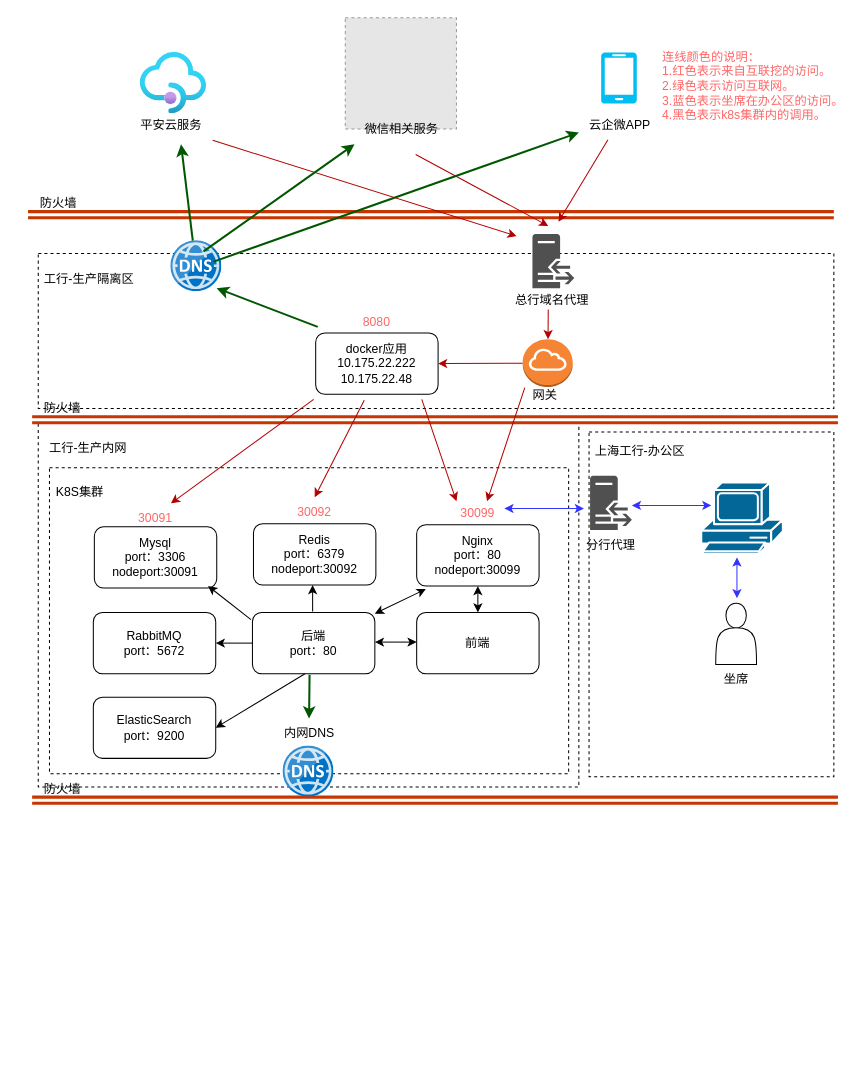
This is module8/工行-3.1.drawio from csmiao168/go_study, a draw.io file, before an edit. Source tidied: cells renumbered, new cells numbered last; positions are measured from the earlier drawing's top-left corner, leaving out a move shared by most shapes. Both pictures are drawn from the tidied source at 102%, with x=0, y=0 at pixel (17, 17). Pictures stored in the file or linked from it are replaced by grey dashed boxes.
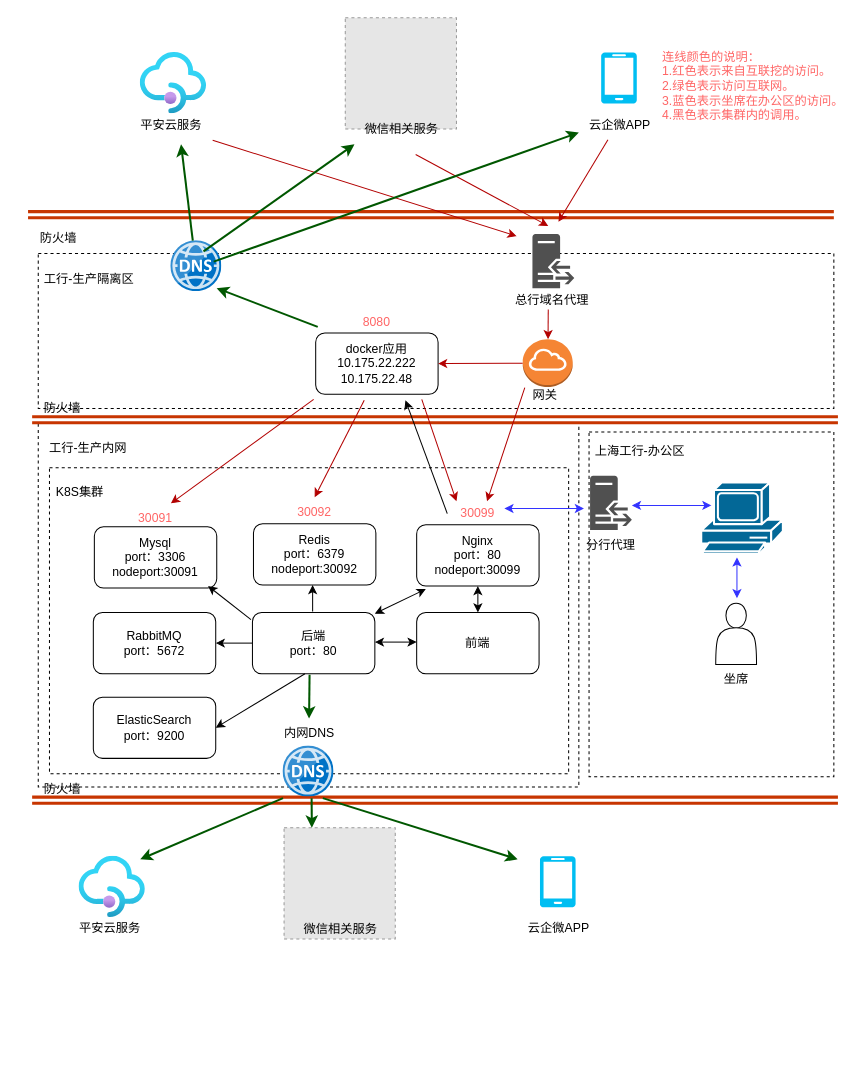
The same diagram, later.

The change refers to these unchanged cells:
```xml
<mxCell id="47" value="30099" style="text;html=1;align=center;verticalAlign=middle;whiteSpace=wrap;rounded=0;fontColor=#FF6666;" parent="46" vertex="1">
  <mxGeometry x="30" width="60" height="30" as="geometry" />
</mxCell>
```

Diff of the diagram source:
```diff
@@
     <mxCell id="35" style="group;" parent="1" vertex="1">
-      <mxGeometry y="167" width="800" height="87" as="geometry" />
+      <mxGeometry y="201" width="800" height="87" as="geometry" />
     </mxCell>
     <mxCell id="36" style="shape=link;html=1;rounded=0;labelBackgroundColor=#FFB366;fontColor=#FFB366;labelBorderColor=#FFB366;strokeColor=#C73500;fillColor=#fa6800;strokeWidth=3;" parent="35" edge="1">
       <mxGeometry relative="1" as="geometry">
-        <mxPoint x="10" y="26" as="sourcePoint" />
-        <mxPoint x="800" y="26" as="targetPoint" />
+        <mxPoint x="10" y="-8" as="sourcePoint" />
+        <mxPoint x="800" y="-8" as="targetPoint" />
       </mxGeometry>
     </mxCell>
@@
-    <mxCell id="72" value="连线颜色的说明：&lt;div&gt;1.红色表示来自互联挖的访问。&lt;/div&gt;&lt;div style=&quot;&quot;&gt;2.绿色表示访问互联网。&lt;/div&gt;&lt;div style=&quot;&quot;&gt;3.蓝色表示坐席在办公区的访问。&lt;/div&gt;&lt;div style=&quot;&quot;&gt;4.黑色表示k8s集群内的调用。&lt;/div&gt;" style="text;html=1;align=left;verticalAlign=middle;whiteSpace=wrap;rounded=0;fontColor=#FF6666;" parent="1" vertex="1">
+    <mxCell id="72" value="连线颜色的说明：&lt;div&gt;1.红色表示来自互联挖的访问。&lt;/div&gt;&lt;div style=&quot;&quot;&gt;2.绿色表示访问互联网。&lt;/div&gt;&lt;div style=&quot;&quot;&gt;3.蓝色表示坐席在办公区的访问。&lt;/div&gt;&lt;div style=&quot;&quot;&gt;4.黑色表示集群内的调用。&lt;/div&gt;" style="text;html=1;align=left;verticalAlign=middle;whiteSpace=wrap;rounded=0;fontColor=#FF6666;" parent="1" vertex="1">
       <mxGeometry x="630" y="30" width="181" height="74" as="geometry" />
     </mxCell>
@@
     <mxCell id="79" style="group;" parent="1" vertex="1">
-      <mxGeometry x="4" y="771" width="800" height="87" as="geometry" />
+      <mxGeometry x="4" y="932" width="800" height="87" as="geometry" />
     </mxCell>
     <mxCell id="80" style="shape=link;html=1;rounded=0;labelBackgroundColor=#FFB366;fontColor=#FFB366;labelBorderColor=#FFB366;strokeColor=#C73500;fillColor=#fa6800;strokeWidth=3;" parent="79" edge="1">
       <mxGeometry relative="1" as="geometry">
-        <mxPoint x="10" y="-4" as="sourcePoint" />
-        <mxPoint x="800" y="-4" as="targetPoint" />
+        <mxPoint x="10" y="-165" as="sourcePoint" />
+        <mxPoint x="800" y="-165" as="targetPoint" />
       </mxGeometry>
     </mxCell>
     <mxCell id="81" value="防火墙" style="text;html=1;align=center;verticalAlign=middle;whiteSpace=wrap;rounded=0;" parent="79" vertex="1">
-      <mxGeometry y="-30" width="80" height="30" as="geometry" />
+      <mxGeometry y="-191" width="80" height="30" as="geometry" />
     </mxCell>
@@
+    <mxCell id="86" style="group;" parent="1" vertex="1">
+      <mxGeometry x="50" y="823" width="81" height="85" as="geometry" />
+    </mxCell>
+    <mxCell id="87" style="image;html=1;align=center;fontSize=12;image=img/lib/azure2/app_services/API_Management_Services.svg;" parent="86" vertex="1">
+      <mxGeometry x="10" y="-1" width="65" height="60" as="geometry" />
+    </mxCell>
+    <mxCell id="88" value="平安云服务" style="text;html=1;align=center;verticalAlign=middle;whiteSpace=wrap;rounded=0;" parent="86" vertex="1">
+      <mxGeometry y="55" width="81" height="30" as="geometry" />
+    </mxCell>
+    <mxCell id="89" style="group;" parent="1" vertex="1">
+      <mxGeometry x="261" y="794" width="109" height="124" as="geometry" />
+    </mxCell>
+    <mxCell id="90" style="fillColor=#E6E6E6;strokeColor=#999999;dashed=1;html=1;verticalAlign=top;verticalLabelPosition=bottom;labelBackgroundColor=#ffffff;" parent="89" vertex="1">
+      <mxGeometry width="109" height="109" as="geometry" />
+    </mxCell>
+    <mxCell id="91" value="微信相关服务" style="text;html=1;align=center;verticalAlign=middle;whiteSpace=wrap;rounded=0;" parent="89" vertex="1">
+      <mxGeometry x="15" y="85" width="81" height="30" as="geometry" />
+    </mxCell>
+    <mxCell id="92" style="group;" parent="1" vertex="1">
+      <mxGeometry x="490" y="823" width="81" height="85" as="geometry" />
+    </mxCell>
+    <mxCell id="93" style="verticalLabelPosition=bottom;html=1;verticalAlign=top;align=center;strokeColor=none;fillColor=#00BEF2;shape=mxgraph.azure.mobile;" parent="92" vertex="1">
+      <mxGeometry x="21.8" y="-1" width="35" height="50" as="geometry" />
+    </mxCell>
+    <mxCell id="94" value="云企微APP" style="text;html=1;align=center;verticalAlign=middle;whiteSpace=wrap;rounded=0;" parent="92" vertex="1">
+      <mxGeometry y="55" width="81" height="30" as="geometry" />
+    </mxCell>
+    <mxCell id="95" style="endArrow=none;startArrow=classic;html=1;rounded=0;fillColor=#008a00;strokeColor=#005700;endFill=0;strokeWidth=2;" parent="1" edge="1">
+      <mxGeometry relative="1" as="geometry">
+        <mxPoint x="120" y="825" as="sourcePoint" />
+        <mxPoint x="260" y="765" as="targetPoint" />
+      </mxGeometry>
+    </mxCell>
+    <mxCell id="96" style="endArrow=none;startArrow=classic;html=1;rounded=0;fillColor=#008a00;strokeColor=#005700;endFill=0;strokeWidth=2;exitX=0.25;exitY=0;exitDx=0;exitDy=0;" parent="1" edge="1" source="90">
+      <mxGeometry relative="1" as="geometry">
+        <mxPoint x="288" y="765" as="targetPoint" />
+      </mxGeometry>
+    </mxCell>
+    <mxCell id="97" style="endArrow=none;startArrow=classic;html=1;rounded=0;fillColor=#008a00;strokeColor=#005700;endFill=0;strokeWidth=2;" parent="1" edge="1">
+      <mxGeometry relative="1" as="geometry">
+        <mxPoint x="490" y="825" as="sourcePoint" />
+        <mxPoint x="299" y="765" as="targetPoint" />
+      </mxGeometry>
+    </mxCell>
+    <mxCell id="98" style="endArrow=none;startArrow=classic;html=1;rounded=0;entryX=0;entryY=0.5;entryDx=0;entryDy=0;endFill=0;" parent="1" edge="1" target="47">
+      <mxGeometry relative="1" as="geometry">
+        <mxPoint x="380" y="375" as="sourcePoint" />
+      </mxGeometry>
+    </mxCell>
```
